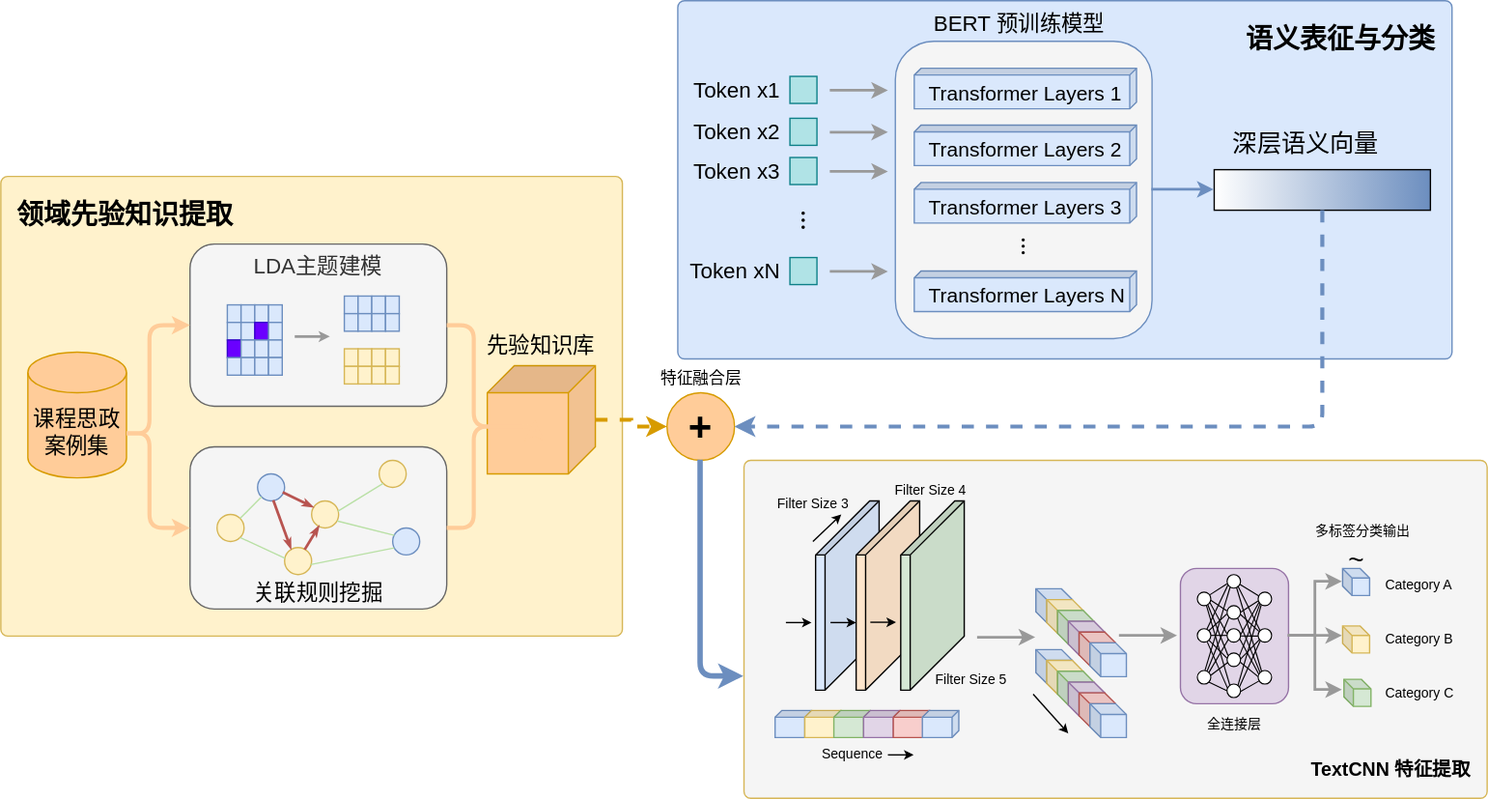
handsome-tony/picture keeps this draw.io diagram as 1.16小论文（思政元素）模型架构图.drawio.svg. Above is the earlier version. Source tidied: cells renumbered, new cells last; positions are measured from the earlier drawing's top-left corner, leaving out a move shared by most shapes.
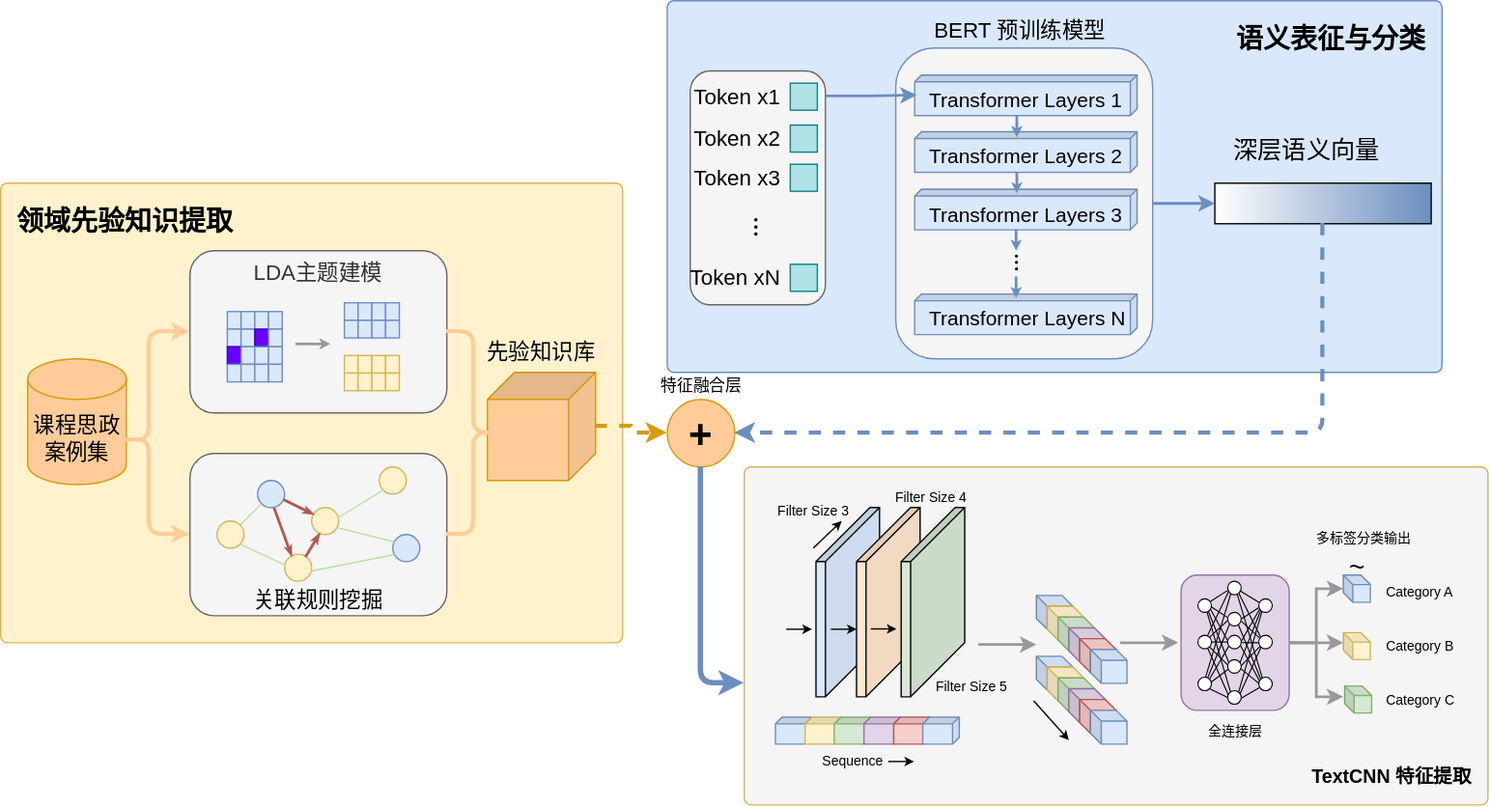
Above is the later version.

Commit message:
更新1.16小论文（思政元素）模型架构图.drawio.svg

Diff of the diagram source:
```diff
@@ -2,6 +2,12 @@
   <root>
     <mxCell id="0" />
     <mxCell id="1" parent="0" />
+    <mxCell id="45" value="&lt;font style=&quot;font-size: 20px;&quot;&gt;语义表征与分类&lt;/font&gt;" style="rounded=1;whiteSpace=wrap;html=1;absoluteArcSize=1;arcSize=10;fillColor=#DAE8FC;strokeColor=#6c8ebf;verticalAlign=top;align=right;spacingRight=10;spacingTop=10;fontSize=14;fontStyle=1;" parent="1" vertex="1">
+      <mxGeometry x="493" y="-5" width="573" height="275" as="geometry" />
+    </mxCell>
+    <mxCell id="181" style="rounded=1;whiteSpace=wrap;html=1;fillColor=#f5f5f5;fontColor=#333333;strokeColor=#666666;" parent="1" vertex="1">
+      <mxGeometry x="510" y="47" width="100" height="173" as="geometry" />
+    </mxCell>
     <mxCell id="2" value="&lt;font style=&quot;font-size: 20px;&quot;&gt;领域先验知识提取&lt;/font&gt;" style="rounded=1;whiteSpace=wrap;html=1;absoluteArcSize=1;arcSize=10;fillColor=#FFF2CC;strokeColor=#d6b656;verticalAlign=top;align=left;spacingLeft=10;spacingTop=10;fontSize=14;fontStyle=1;" parent="1" vertex="1">
       <mxGeometry y="130" width="460" height="340" as="geometry" />
     </mxCell>
@@ -156,9 +162,6 @@
         </Array>
       </mxGeometry>
     </mxCell>
-    <mxCell id="45" value="&lt;font style=&quot;font-size: 20px;&quot;&gt;语义表征与分类&lt;/font&gt;" style="rounded=1;whiteSpace=wrap;html=1;absoluteArcSize=1;arcSize=10;fillColor=#DAE8FC;strokeColor=#6c8ebf;verticalAlign=top;align=right;spacingRight=10;spacingTop=10;fontSize=14;fontStyle=1;" parent="1" vertex="1">
-      <mxGeometry x="501" width="573" height="265" as="geometry" />
-    </mxCell>
     <mxCell id="46" style="rounded=0;whiteSpace=wrap;html=1;fillColor=#b0e3e6;strokeColor=#0e8088;" parent="1" vertex="1">
       <mxGeometry x="584" y="56" width="20" height="20" as="geometry" />
     </mxCell>
@@ -169,10 +172,10 @@
       <mxGeometry x="662" y="30" width="200.5" height="231" as="geometry" />
     </mxCell>
     <mxCell id="49" style="rounded=1;whiteSpace=wrap;html=1;fillColor=#f5f5f5;strokeColor=#6C8EBF;" parent="48" vertex="1">
-      <mxGeometry width="190" height="220" as="geometry" />
+      <mxGeometry width="190" height="230" as="geometry" />
     </mxCell>
     <mxCell id="50" value="&lt;font face=&quot;Times New Roman&quot; style=&quot;font-size: 19px;&quot;&gt;...&lt;/font&gt;" style="text;html=1;whiteSpace=wrap;strokeColor=none;fillColor=none;align=center;verticalAlign=middle;rounded=0;textDirection=vertical-lr;" parent="48" vertex="1">
-      <mxGeometry x="89.5" y="148" width="18.9" height="9" as="geometry" />
+      <mxGeometry x="84.5" y="155" width="18.9" height="9" as="geometry" />
     </mxCell>
     <mxCell id="51" style="shape=cube;whiteSpace=wrap;html=1;boundedLbl=1;backgroundOutline=1;darkOpacity=0.05;darkOpacity2=0.1;size=5;fillColor=#dae8fc;direction=south;strokeColor=#6c8ebf;" parent="48" vertex="1">
       <mxGeometry x="14" y="20" width="164.5" height="30" as="geometry" />
@@ -193,13 +196,25 @@
       <mxGeometry x="22.5" y="107.5" width="164" height="20" as="geometry" />
     </mxCell>
     <mxCell id="57" style="shape=cube;whiteSpace=wrap;html=1;boundedLbl=1;backgroundOutline=1;darkOpacity=0.05;darkOpacity2=0.1;size=5;fillColor=#dae8fc;direction=south;strokeColor=#6c8ebf;" parent="48" vertex="1">
-      <mxGeometry x="14" y="170" width="164.5" height="30" as="geometry" />
+      <mxGeometry x="14" y="182" width="164.5" height="30" as="geometry" />
     </mxCell>
     <mxCell id="58" value="&lt;span style=&quot;color: rgb(0, 0, 0); font-family: Helvetica; font-size: 15px; font-style: normal; font-variant-ligatures: normal; font-variant-caps: normal; font-weight: 400; letter-spacing: normal; orphans: 2; text-align: center; text-indent: 0px; text-transform: none; widows: 2; word-spacing: 0px; -webkit-text-stroke-width: 0px; white-space: normal; text-decoration-thickness: initial; text-decoration-style: initial; text-decoration-color: initial; float: none; display: inline !important;&quot;&gt;Transformer Layers N&lt;/span&gt;" style="text;whiteSpace=wrap;html=1;labelBackgroundColor=none;" parent="48" vertex="1">
-      <mxGeometry x="22.5" y="173" width="164" height="20" as="geometry" />
+      <mxGeometry x="22.5" y="185" width="164" height="20" as="geometry" />
     </mxCell>
+    <mxCell id="182" style="edgeStyle=orthogonalEdgeStyle;rounded=0;orthogonalLoop=1;jettySize=auto;html=1;strokeColor=#6c8ebf;strokeWidth=2;endSize=2;" parent="48" edge="1">
+      <mxGeometry relative="1" as="geometry">
+        <mxPoint x="89.5" y="50" as="sourcePoint" />
+        <mxPoint x="89.5" y="66" as="targetPoint" />
+      </mxGeometry>
+    </mxCell>
+    <mxCell id="183" style="edgeStyle=orthogonalEdgeStyle;rounded=0;orthogonalLoop=1;jettySize=auto;html=1;strokeColor=#6c8ebf;strokeWidth=2;endSize=2;" parent="48" edge="1">
+      <mxGeometry relative="1" as="geometry">
+        <mxPoint x="89.5" y="91.5" as="sourcePoint" />
+        <mxPoint x="89.5" y="107.5" as="targetPoint" />
+      </mxGeometry>
+    </mxCell>
     <mxCell id="59" style="rounded=0;whiteSpace=wrap;html=1;fillColor=default;gradientColor=#6c8ebf;gradientDirection=east;" parent="1" vertex="1">
-      <mxGeometry x="898" y="125" width="160" height="30" as="geometry" />
+      <mxGeometry x="898" y="130" width="160" height="30" as="geometry" />
     </mxCell>
     <mxCell id="60" value="&lt;font style=&quot;font-size: 18px;&quot;&gt;深层语义向量&lt;/font&gt;" style="text;html=1;strokeColor=none;fillColor=none;align=center;verticalAlign=middle;whiteSpace=wrap;rounded=0;" parent="1" vertex="1">
       <mxGeometry x="885.5" y="96" width="160" height="20" as="geometry" />
@@ -551,12 +566,6 @@
         <mxPoint x="766" y="471.3" as="targetPoint" />
       </mxGeometry>
     </mxCell>
-    <mxCell id="155" style="edgeStyle=orthogonalEdgeStyle;rounded=0;orthogonalLoop=1;jettySize=auto;html=1;strokeColor=#999999;strokeWidth=2;" parent="1" edge="1">
-      <mxGeometry relative="1" as="geometry">
-        <mxPoint x="614" y="66.8" as="sourcePoint" />
-        <mxPoint x="657" y="66.8" as="targetPoint" />
-      </mxGeometry>
-    </mxCell>
     <mxCell id="156" style="ellipse;whiteSpace=wrap;html=1;fillColor=#dae8fc;strokeColor=#6c8ebf;" parent="1" vertex="1">
       <mxGeometry x="190" y="350" width="20" height="20" as="geometry" />
     </mxCell>
@@ -602,32 +611,14 @@
     <mxCell id="170" style="rounded=0;whiteSpace=wrap;html=1;fillColor=#b0e3e6;strokeColor=#0e8088;" parent="1" vertex="1">
       <mxGeometry x="584" y="87" width="20" height="20" as="geometry" />
     </mxCell>
-    <mxCell id="171" style="edgeStyle=orthogonalEdgeStyle;rounded=0;orthogonalLoop=1;jettySize=auto;html=1;strokeColor=#999999;strokeWidth=2;" parent="1" edge="1">
-      <mxGeometry relative="1" as="geometry">
-        <mxPoint x="614" y="97.8" as="sourcePoint" />
-        <mxPoint x="657" y="97.8" as="targetPoint" />
-      </mxGeometry>
-    </mxCell>
     <mxCell id="172" style="rounded=0;whiteSpace=wrap;html=1;fillColor=#b0e3e6;strokeColor=#0e8088;" parent="1" vertex="1">
       <mxGeometry x="584" y="116" width="20" height="20" as="geometry" />
     </mxCell>
-    <mxCell id="173" style="edgeStyle=orthogonalEdgeStyle;rounded=0;orthogonalLoop=1;jettySize=auto;html=1;strokeColor=#999999;strokeWidth=2;" parent="1" edge="1">
-      <mxGeometry relative="1" as="geometry">
-        <mxPoint x="614" y="126.8" as="sourcePoint" />
-        <mxPoint x="657" y="126.8" as="targetPoint" />
-      </mxGeometry>
-    </mxCell>
     <mxCell id="174" style="rounded=0;whiteSpace=wrap;html=1;fillColor=#b0e3e6;strokeColor=#0e8088;" parent="1" vertex="1">
       <mxGeometry x="584" y="190" width="20" height="20" as="geometry" />
     </mxCell>
-    <mxCell id="175" style="edgeStyle=orthogonalEdgeStyle;rounded=0;orthogonalLoop=1;jettySize=auto;html=1;strokeColor=#999999;strokeWidth=2;" parent="1" edge="1">
-      <mxGeometry relative="1" as="geometry">
-        <mxPoint x="614" y="200.8" as="sourcePoint" />
-        <mxPoint x="657" y="200.8" as="targetPoint" />
-      </mxGeometry>
-    </mxCell>
     <mxCell id="176" value="&lt;font face=&quot;Times New Roman&quot; style=&quot;font-size: 21px;&quot;&gt;...&lt;/font&gt;" style="text;html=1;whiteSpace=wrap;strokeColor=none;fillColor=none;align=center;verticalAlign=middle;rounded=0;textDirection=vertical-lr;" parent="1" vertex="1">
-      <mxGeometry x="590.5" y="158" width="17" height="9" as="geometry" />
+      <mxGeometry x="555.5" y="158" width="17" height="9" as="geometry" />
     </mxCell>
     <mxCell id="177" value="&lt;font style=&quot;font-size: 16px;&quot;&gt;Token x2&lt;/font&gt;" style="text;html=1;strokeColor=none;fillColor=none;align=right;verticalAlign=middle;whiteSpace=wrap;rounded=0;fontSize=10;" parent="1" vertex="1">
       <mxGeometry x="505" y="87" width="74" height="20" as="geometry" />
@@ -641,5 +632,20 @@
     <mxCell id="180" value="&lt;span style=&quot;font-size: 16px;&quot;&gt;BERT 预训练模型&lt;/span&gt;" style="text;html=1;strokeColor=none;fillColor=none;align=center;verticalAlign=middle;whiteSpace=wrap;rounded=0;" parent="1" vertex="1">
       <mxGeometry x="689" y="7" width="130" height="20" as="geometry" />
     </mxCell>
+    <mxCell id="184" style="edgeStyle=orthogonalEdgeStyle;rounded=0;jettySize=auto;html=1;strokeColor=#6c8ebf;strokeWidth=2;exitX=1.001;exitY=0.107;exitDx=0;exitDy=0;exitPerimeter=0;entryX=0.493;entryY=0.991;entryDx=0;entryDy=0;entryPerimeter=0;" parent="1" edge="1" source="181" target="51">
+      <mxGeometry relative="1" as="geometry" />
+    </mxCell>
+    <mxCell id="185" style="edgeStyle=orthogonalEdgeStyle;rounded=0;orthogonalLoop=1;jettySize=auto;html=1;strokeColor=#6c8ebf;strokeWidth=2;endSize=2;" parent="1" edge="1">
+      <mxGeometry relative="1" as="geometry">
+        <mxPoint x="751" y="164" as="sourcePoint" />
+        <mxPoint x="751" y="180" as="targetPoint" />
+      </mxGeometry>
+    </mxCell>
+    <mxCell id="186" style="edgeStyle=orthogonalEdgeStyle;rounded=0;orthogonalLoop=1;jettySize=auto;html=1;strokeColor=#6c8ebf;strokeWidth=2;endSize=2;" parent="1" edge="1">
+      <mxGeometry relative="1" as="geometry">
+        <mxPoint x="751" y="199" as="sourcePoint" />
+        <mxPoint x="751" y="215" as="targetPoint" />
+      </mxGeometry>
+    </mxCell>
   </root>
 </mxGraphModel>
```
